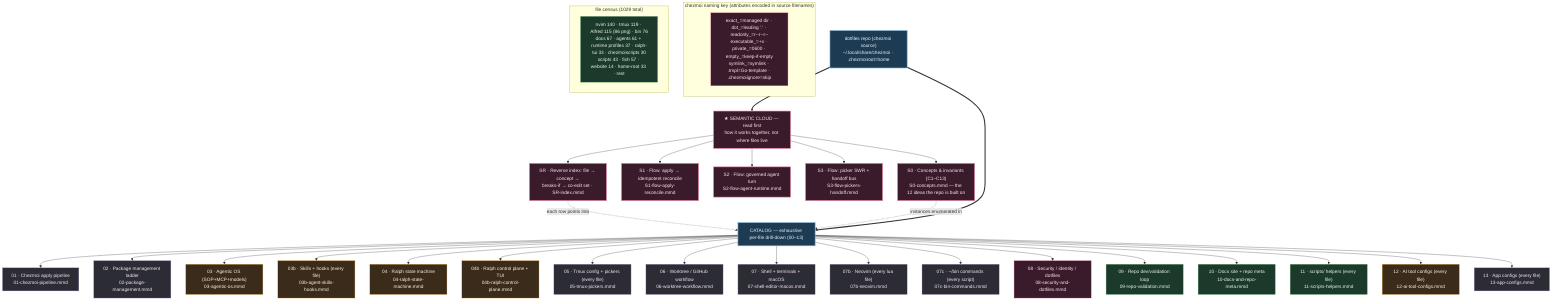
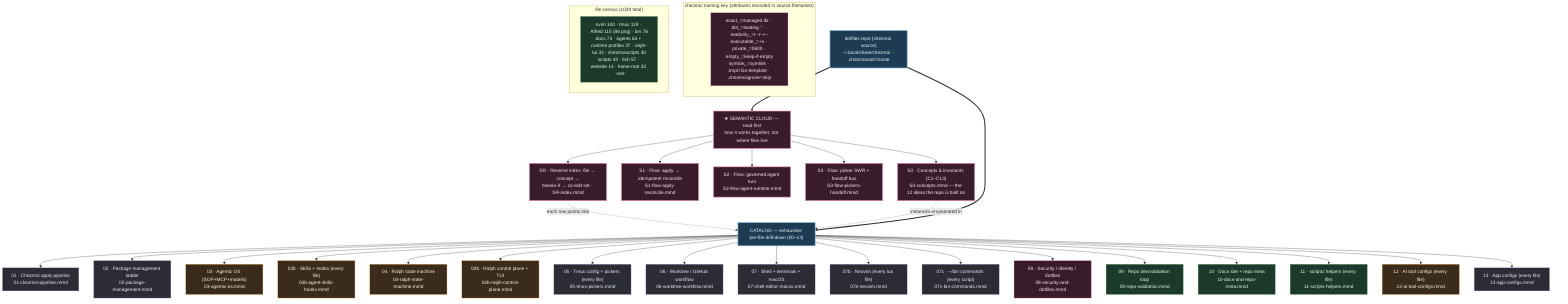
%% ============================================================================
%% 00-overview.mmd — Master navigation map for kapral18/dotfiles
%% TWO LAYERS:
%%   SEMANTIC CLOUD (read first) — how the system THINKS: concepts+invariants
%%     (S0), cross-cutting flows (S1/S2/S3), and a reverse index (SR) that maps
%%     any file to its concept, blast radius, and co-edit set.
%%   CATALOG (drill-down) — how the system is LAID OUT: 00-13 enumerate every
- %%     one of the 1029 tracked files by exact chezmoi source path.
+ %%     one of the 1039 tracked files by exact chezmoi source path.
%% `home/` is chezmoi source deployed to $HOME; scripts/tools/website/docs are
%% repo-side (NOT deployed). Each node → a deeper .mmd.
%% ============================================================================
graph TD
    classDef entry fill:#1d3b53,stroke:#7fb3d5,color:#eaf2f8,stroke-width:2px;
    classDef sys fill:#2c2c34,stroke:#b39ddb,color:#f3e5f5;
    classDef ai fill:#3a2b1b,stroke:#ffb74d,color:#fff3e0;
    classDef repo fill:#1b3a2b,stroke:#81c784,color:#e8f5e9;
    classDef data fill:#3a1b2b,stroke:#f48fb1,color:#fce4ec;
    classDef sem fill:#3a1b2b,stroke:#f48fb1,color:#fce4ec,stroke-width:2px;

    ROOT["dotfiles repo (chezmoi source)<br/>~/.local/share/chezmoi · .chezmoiroot=home"]:::entry

    %% ---- SEMANTIC LAYER (read before the catalog) --------------------------
    ROOT ==> SEMHEAD["★ SEMANTIC CLOUD — read first<br/>how it works together, not where files live"]:::sem
    SEMHEAD --> S0["S0 · Concepts & invariants (C1–C13)<br/>S0-concepts.mmd — the 12 ideas the repo is built on"]:::sem
    SEMHEAD --> S1["S1 · Flow: apply → idempotent reconcile<br/>S1-flow-apply-reconcile.mmd"]:::sem
    SEMHEAD --> S2["S2 · Flow: governed agent turn<br/>S2-flow-agent-runtime.mmd"]:::sem
    SEMHEAD --> S3["S3 · Flow: picker SWR + handoff bus<br/>S3-flow-pickers-handoff.mmd"]:::sem
    SEMHEAD --> SR["SR · Reverse index: file → concept →<br/>breaks-if → co-edit set · SR-index.mmd"]:::sem
    SR -. "each row points into" .-> CATHEAD
    S0 -. "instances enumerated in" .-> CATHEAD

    %% ---- CATALOG LAYER (exhaustive per-file drill-down) --------------------
    ROOT ==> CATHEAD["CATALOG — exhaustive per-file drill-down (00–13)"]:::entry

    CATHEAD --> CZ["01 · Chezmoi apply pipeline<br/>01-chezmoi-pipeline.mmd"]:::sys
    CATHEAD --> PKG["02 · Package management ladder<br/>02-package-management.mmd"]:::sys
    CATHEAD --> AIOS["03 · Agentic OS (SOP+MCP+models)<br/>03-agentic-os.mmd"]:::ai
    CATHEAD --> SKILLS["03b · Skills + hooks (every file)<br/>03b-agent-skills-hooks.mmd"]:::ai
    CATHEAD --> RALPH["04 · Ralph state machine<br/>04-ralph-state-machine.mmd"]:::ai
    CATHEAD --> RALPHCP["04b · Ralph control plane + TUI<br/>04b-ralph-control-plane.mmd"]:::ai
    CATHEAD --> TMUX["05 · Tmux config + pickers (every file)<br/>05-tmux-pickers.mmd"]:::sys
    CATHEAD --> WT["06 · Worktree / GitHub workflow<br/>06-worktree-workflow.mmd"]:::sys
    CATHEAD --> SEM["07 · Shell + terminals + macOS<br/>07-shell-editor-macos.mmd"]:::sys
    CATHEAD --> NVIM["07b · Neovim (every lua file)<br/>07b-neovim.mmd"]:::sys
    CATHEAD --> BIN["07c · ~/bin commands (every script)<br/>07c-bin-commands.mmd"]:::sys
    CATHEAD --> SEC["08 · Security / identity / dotfiles<br/>08-security-and-dotfiles.mmd"]:::data
    CATHEAD --> VAL["09 · Repo dev/validation loop<br/>09-repo-validation.mmd"]:::repo
    CATHEAD --> DOCS["10 · Docs site + repo meta<br/>10-docs-and-repo-meta.mmd"]:::repo
    CATHEAD --> SCRIPTS["11 · scripts/ helpers (every file)<br/>11-scripts-helpers.mmd"]:::repo
    CATHEAD --> AICFG["12 · AI tool configs (every file)<br/>12-ai-tool-configs.mmd"]:::ai
    CATHEAD --> APPS["13 · App configs (every file)<br/>13-app-configs.mmd"]:::sys

    subgraph KEY["chezmoi naming key (attributes encoded in source filenames)"]
        K1["exact_=managed dir · dot_=leading '.' · readonly_=r--r--r--<br/>executable_=+x · private_=0600 · empty_=keep-if-empty<br/>symlink_=symlink · .tmpl=Go-template · .chezmoiignore=skip"]:::data
    end

-     subgraph COUNTS["file census (1029 total)"]
-         C1["nvim 140 · tmux 119 · Alfred 115 (86 png) · bin 76<br/>docs 67 · agents 61 + runtime profiles 37 · ralph-tui 33 · chezmoiscripts 30<br/>scripts 43 · fish 57 · website 14 · home-root 33 · rest"]:::repo
+     subgraph COUNTS["file census (1039 total)"]
+         C1["nvim 140 · tmux 119 · Alfred 115 (86 png) · bin 76<br/>docs 73 · agents 63 + runtime profiles 37 · ralph-tui 33 · chezmoiscripts 30<br/>scripts 43 · fish 57 · website 14 · home-root 33 · rest"]:::repo
    end
